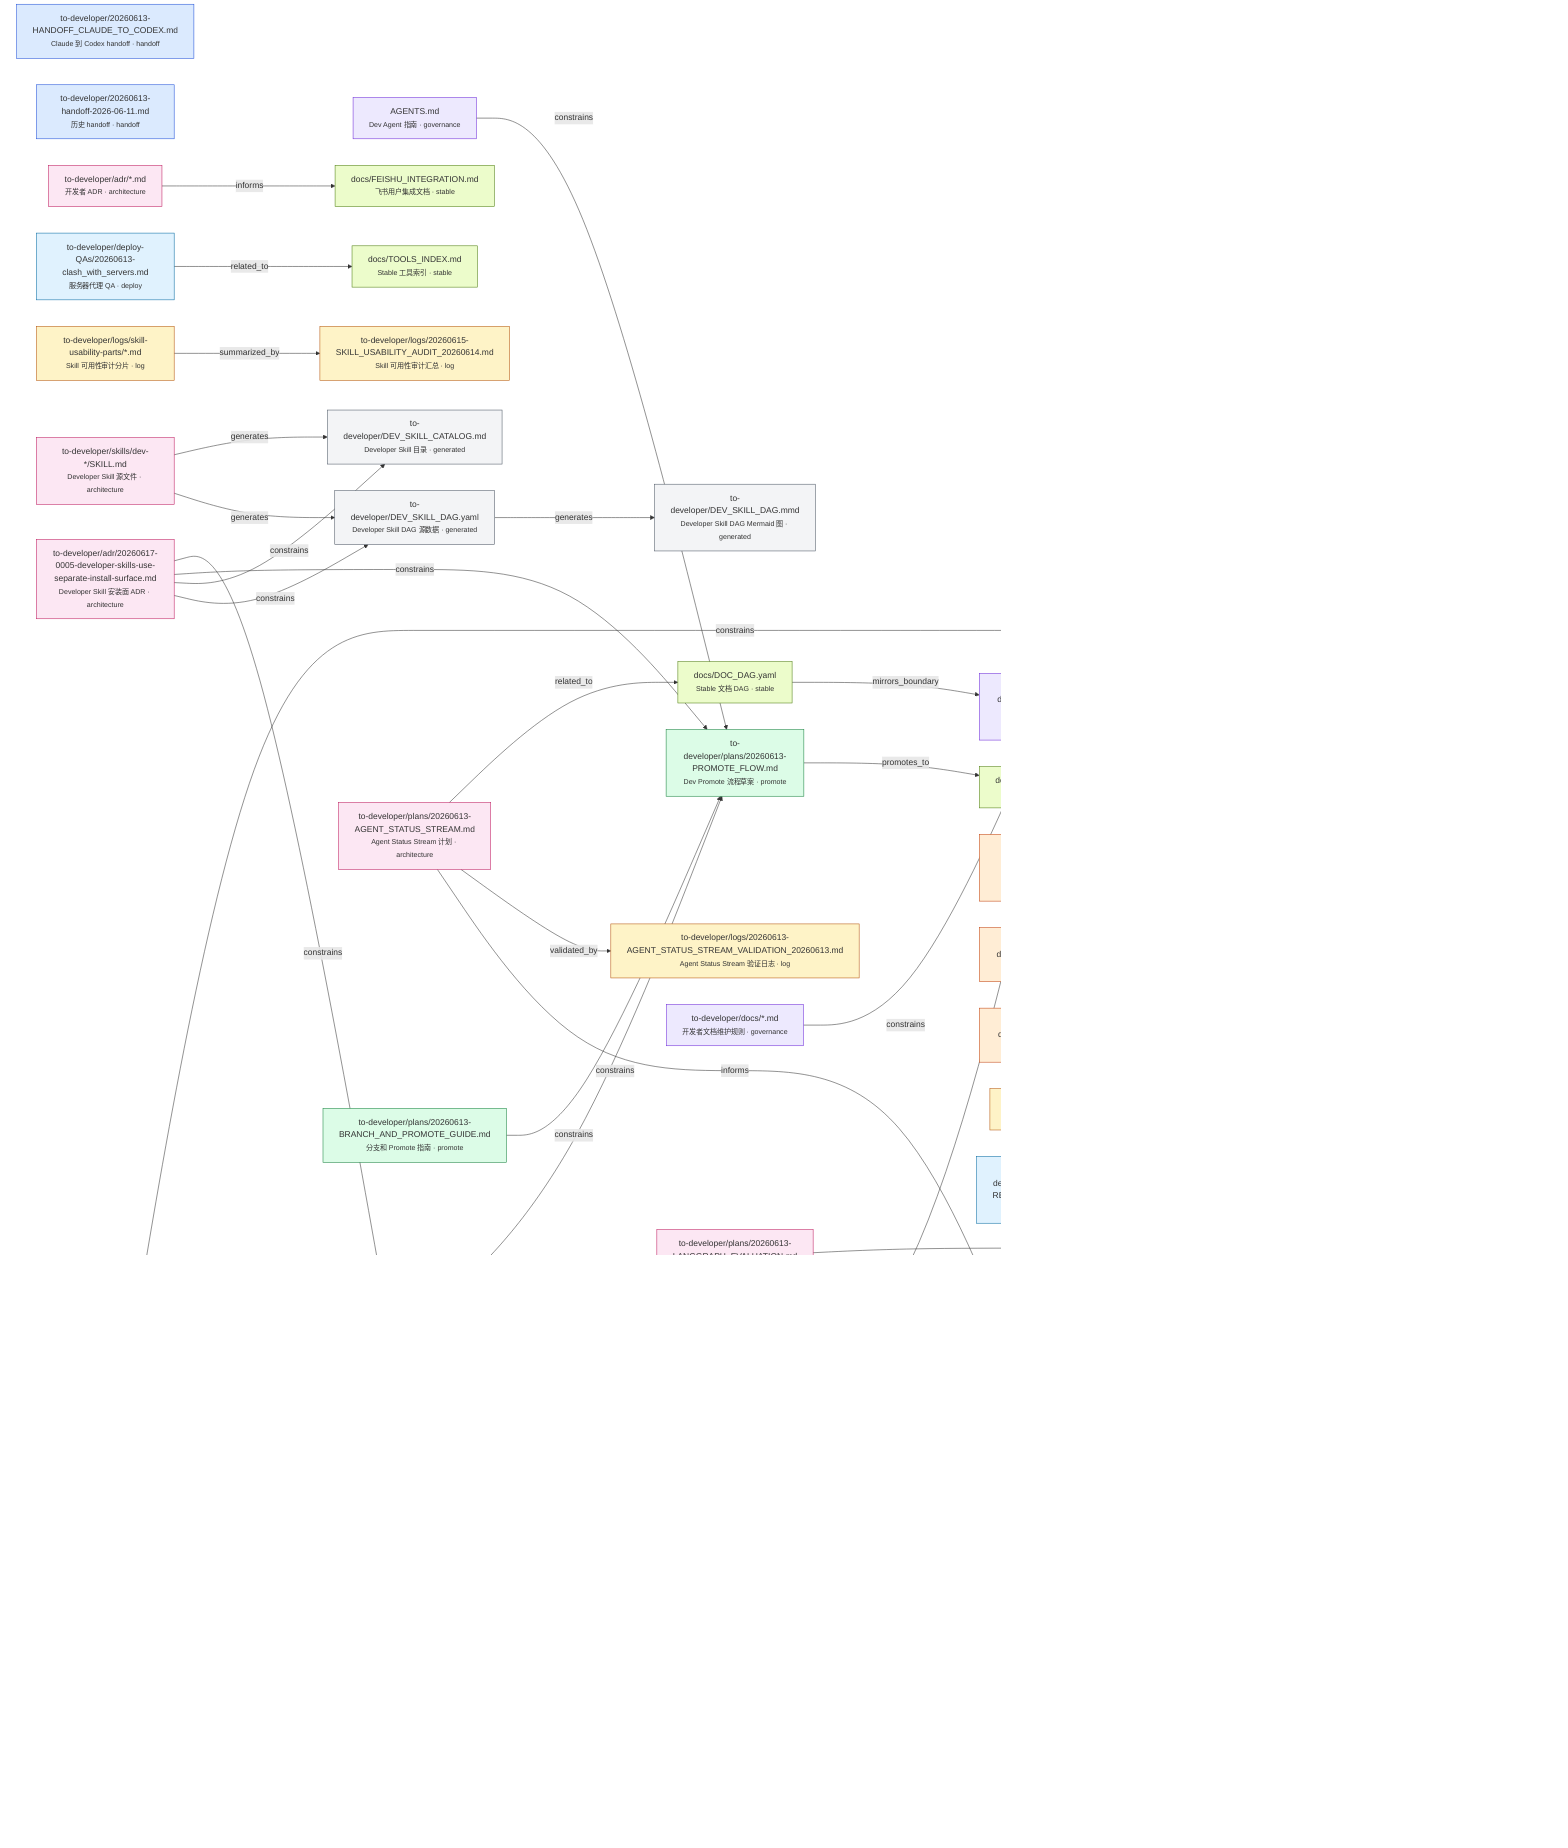
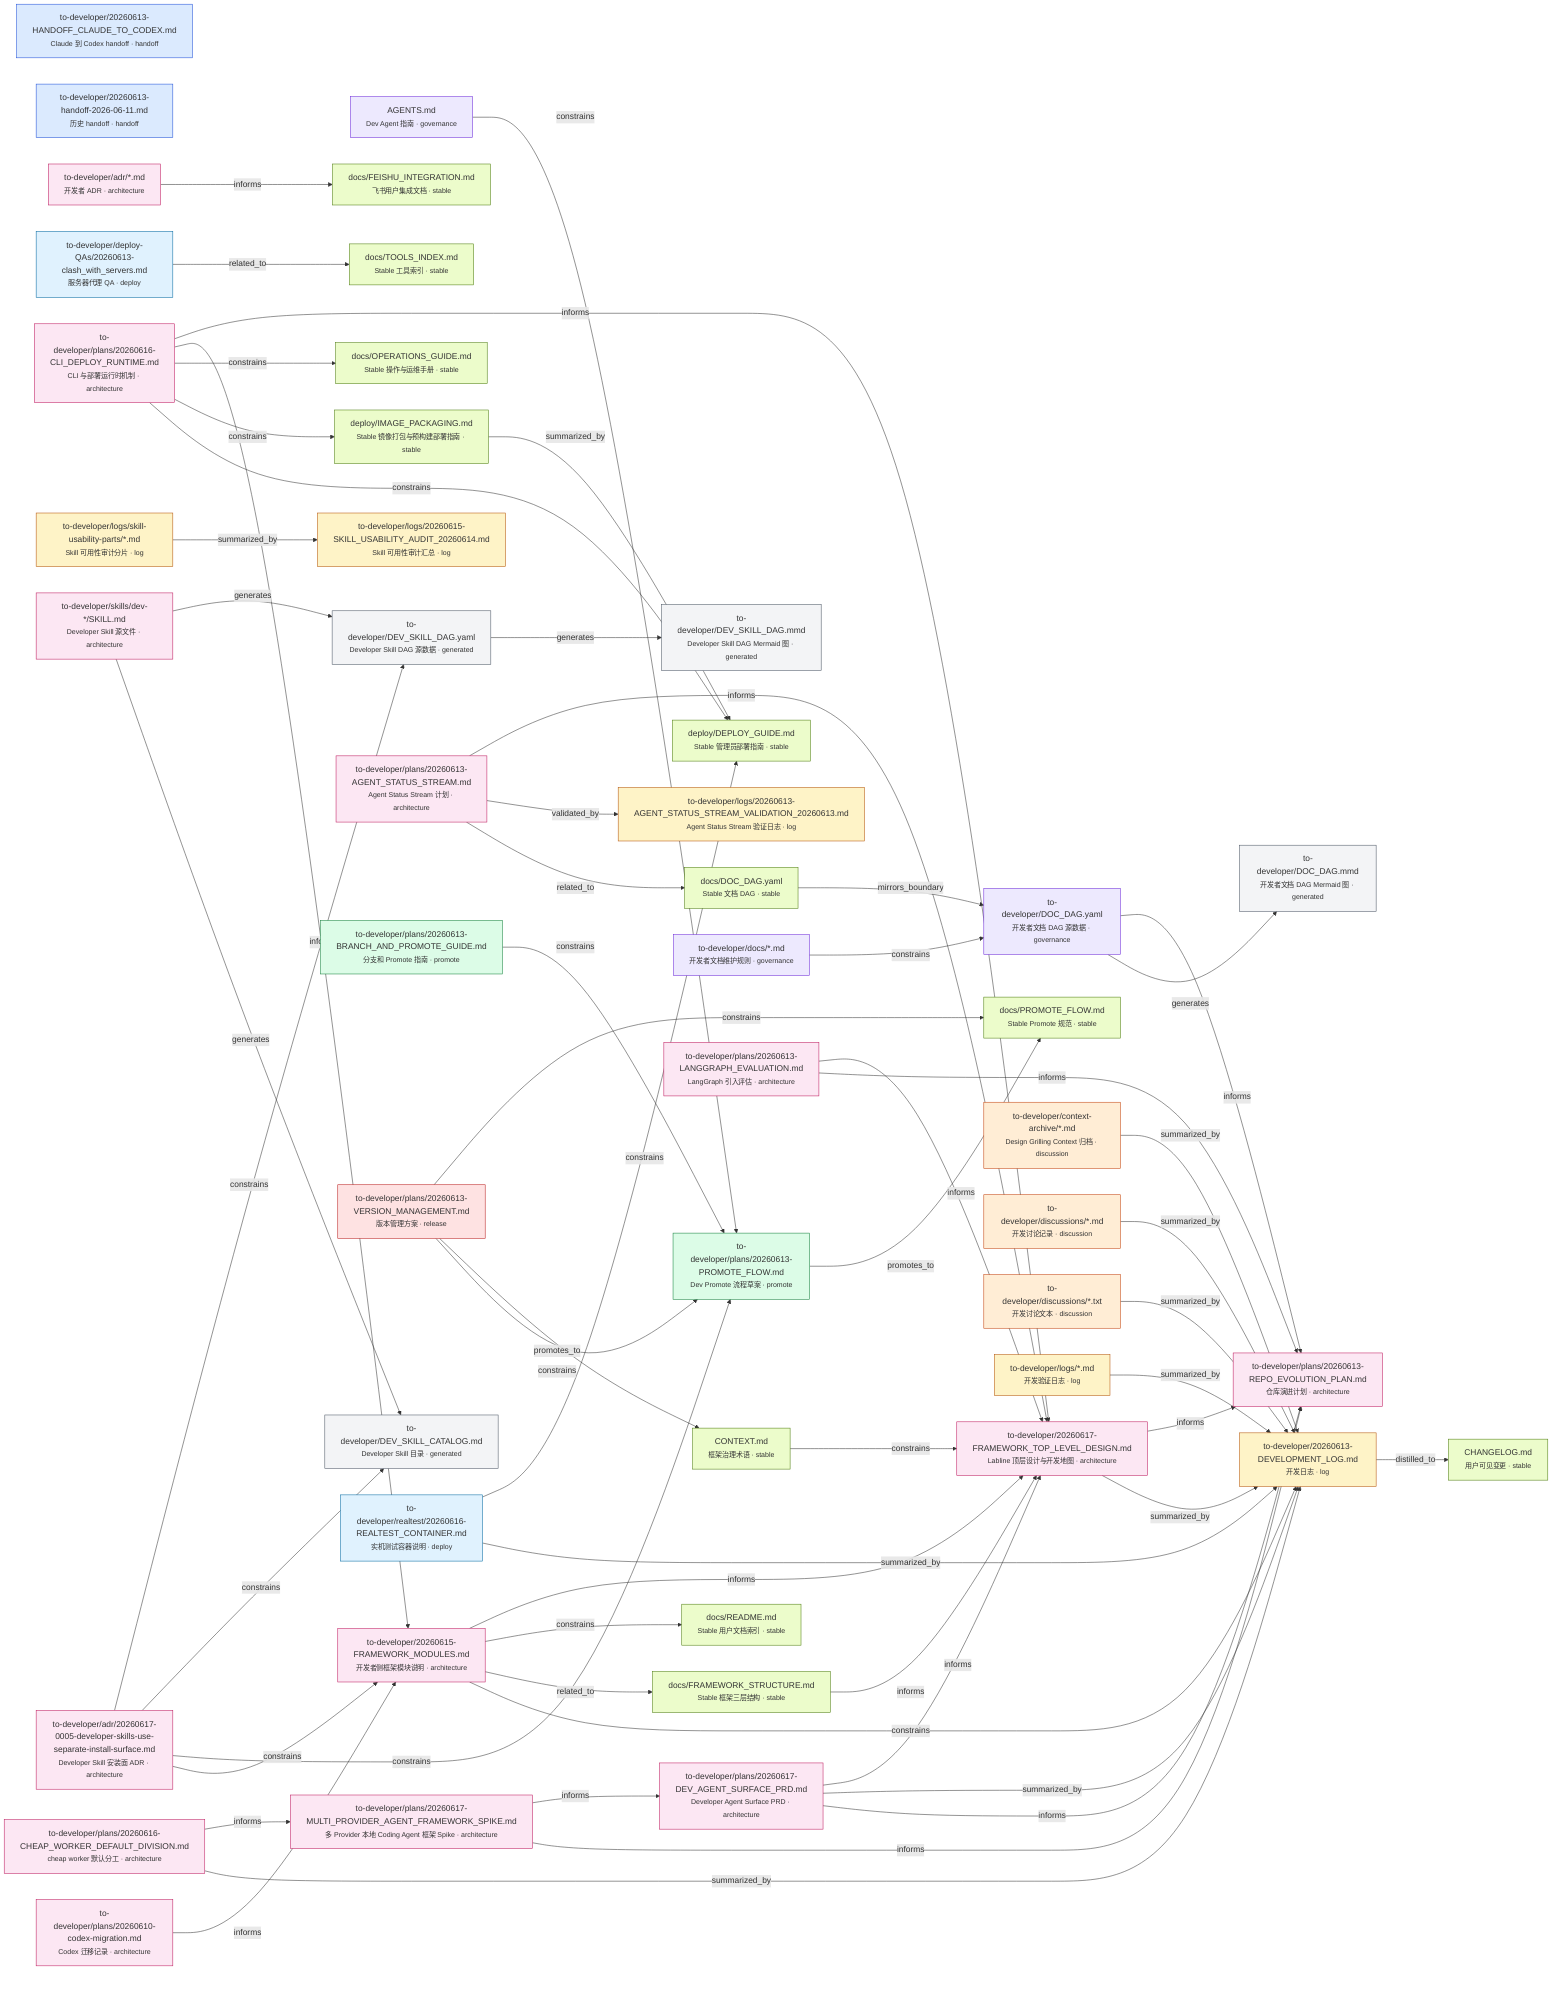
graph LR
    %% Generated from to-developer/DOC_DAG.yaml by tools/update_developer_docs.py
    AGENTS_md["AGENTS.md<br/><small>Dev Agent 指南 · governance</small>"]
    CHANGELOG_md["CHANGELOG.md<br/><small>用户可见变更 · stable</small>"]
    CONTEXT_md["CONTEXT.md<br/><small>框架治理术语 · stable</small>"]
    deploy_DEPLOY_GUIDE_md["deploy/DEPLOY_GUIDE.md<br/><small>Stable 管理员部署指南 · stable</small>"]
+     deploy_IMAGE_PACKAGING_md["deploy/IMAGE_PACKAGING.md<br/><small>Stable 镜像打包与预构建部署指南 · stable</small>"]
    docs_DOC_DAG_yaml["docs/DOC_DAG.yaml<br/><small>Stable 文档 DAG · stable</small>"]
    docs_FEISHU_INTEGRATION_md["docs/FEISHU_INTEGRATION.md<br/><small>飞书用户集成文档 · stable</small>"]
    docs_FRAMEWORK_STRUCTURE_md["docs/FRAMEWORK_STRUCTURE.md<br/><small>Stable 框架三层结构 · stable</small>"]
    docs_OPERATIONS_GUIDE_md["docs/OPERATIONS_GUIDE.md<br/><small>Stable 操作与运维手册 · stable</small>"]
    docs_PROMOTE_FLOW_md["docs/PROMOTE_FLOW.md<br/><small>Stable Promote 规范 · stable</small>"]
    docs_README_md["docs/README.md<br/><small>Stable 用户文档索引 · stable</small>"]
    docs_TOOLS_INDEX_md["docs/TOOLS_INDEX.md<br/><small>Stable 工具索引 · stable</small>"]
    to_developer_20260613_DEVELOPMENT_LOG_md["to-developer/20260613-DEVELOPMENT_LOG.md<br/><small>开发日志 · log</small>"]
    to_developer_20260613_HANDOFF_CLAUDE_TO_CODEX_md["to-developer/20260613-HANDOFF_CLAUDE_TO_CODEX.md<br/><small>Claude 到 Codex handoff · handoff</small>"]
    to_developer_20260613_handoff_2026_06_11_md["to-developer/20260613-handoff-2026-06-11.md<br/><small>历史 handoff · handoff</small>"]
    to_developer_20260615_FRAMEWORK_MODULES_md["to-developer/20260615-FRAMEWORK_MODULES.md<br/><small>开发者侧框架模块说明 · architecture</small>"]
    to_developer_20260617_FRAMEWORK_TOP_LEVEL_DESIGN_md["to-developer/20260617-FRAMEWORK_TOP_LEVEL_DESIGN.md<br/><small>Labline 顶层设计与开发地图 · architecture</small>"]
    to_developer_DEV_SKILL_CATALOG_md["to-developer/DEV_SKILL_CATALOG.md<br/><small>Developer Skill 目录 · generated</small>"]
    to_developer_DEV_SKILL_DAG_mmd["to-developer/DEV_SKILL_DAG.mmd<br/><small>Developer Skill DAG Mermaid 图 · generated</small>"]
    to_developer_DEV_SKILL_DAG_yaml["to-developer/DEV_SKILL_DAG.yaml<br/><small>Developer Skill DAG 源数据 · generated</small>"]
    to_developer_DOC_DAG_mmd["to-developer/DOC_DAG.mmd<br/><small>开发者文档 DAG Mermaid 图 · generated</small>"]
    to_developer_DOC_DAG_yaml["to-developer/DOC_DAG.yaml<br/><small>开发者文档 DAG 源数据 · governance</small>"]
    to_developer_adr___md["to-developer/adr/*.md<br/><small>开发者 ADR · architecture</small>"]
    to_developer_adr_20260617_0005_developer_skills_use_separate_install_surface_md["to-developer/adr/20260617-0005-developer-skills-use-separate-install-surface.md<br/><small>Developer Skill 安装面 ADR · architecture</small>"]
    to_developer_context_archive___md["to-developer/context-archive/*.md<br/><small>Design Grilling Context 归档 · discussion</small>"]
    to_developer_deploy_QAs_20260613_clash_with_servers_md["to-developer/deploy-QAs/20260613-clash_with_servers.md<br/><small>服务器代理 QA · deploy</small>"]
    to_developer_discussions___md["to-developer/discussions/*.md<br/><small>开发讨论记录 · discussion</small>"]
    to_developer_discussions___txt["to-developer/discussions/*.txt<br/><small>开发讨论文本 · discussion</small>"]
    to_developer_docs___md["to-developer/docs/*.md<br/><small>开发者文档维护规则 · governance</small>"]
    to_developer_logs___md["to-developer/logs/*.md<br/><small>开发验证日志 · log</small>"]
    to_developer_logs_20260613_AGENT_STATUS_STREAM_VALIDATION_20260613_md["to-developer/logs/20260613-AGENT_STATUS_STREAM_VALIDATION_20260613.md<br/><small>Agent Status Stream 验证日志 · log</small>"]
    to_developer_logs_20260615_SKILL_USABILITY_AUDIT_20260614_md["to-developer/logs/20260615-SKILL_USABILITY_AUDIT_20260614.md<br/><small>Skill 可用性审计汇总 · log</small>"]
    to_developer_logs_skill_usability_parts___md["to-developer/logs/skill-usability-parts/*.md<br/><small>Skill 可用性审计分片 · log</small>"]
    to_developer_plans_20260610_codex_migration_md["to-developer/plans/20260610-codex-migration.md<br/><small>Codex 迁移记录 · architecture</small>"]
    to_developer_plans_20260613_AGENT_STATUS_STREAM_md["to-developer/plans/20260613-AGENT_STATUS_STREAM.md<br/><small>Agent Status Stream 计划 · architecture</small>"]
    to_developer_plans_20260613_BRANCH_AND_PROMOTE_GUIDE_md["to-developer/plans/20260613-BRANCH_AND_PROMOTE_GUIDE.md<br/><small>分支和 Promote 指南 · promote</small>"]
    to_developer_plans_20260613_LANGGRAPH_EVALUATION_md["to-developer/plans/20260613-LANGGRAPH_EVALUATION.md<br/><small>LangGraph 引入评估 · architecture</small>"]
    to_developer_plans_20260613_PROMOTE_FLOW_md["to-developer/plans/20260613-PROMOTE_FLOW.md<br/><small>Dev Promote 流程草案 · promote</small>"]
    to_developer_plans_20260613_REPO_EVOLUTION_PLAN_md["to-developer/plans/20260613-REPO_EVOLUTION_PLAN.md<br/><small>仓库演进计划 · architecture</small>"]
    to_developer_plans_20260613_VERSION_MANAGEMENT_md["to-developer/plans/20260613-VERSION_MANAGEMENT.md<br/><small>版本管理方案 · release</small>"]
    to_developer_plans_20260616_CHEAP_WORKER_DEFAULT_DIVISION_md["to-developer/plans/20260616-CHEAP_WORKER_DEFAULT_DIVISION.md<br/><small>cheap worker 默认分工 · architecture</small>"]
    to_developer_plans_20260616_CLI_DEPLOY_RUNTIME_md["to-developer/plans/20260616-CLI_DEPLOY_RUNTIME.md<br/><small>CLI 与部署运行时机制 · architecture</small>"]
    to_developer_plans_20260617_DEV_AGENT_SURFACE_PRD_md["to-developer/plans/20260617-DEV_AGENT_SURFACE_PRD.md<br/><small>Developer Agent Surface PRD · architecture</small>"]
    to_developer_plans_20260617_MULTI_PROVIDER_AGENT_FRAMEWORK_SPIKE_md["to-developer/plans/20260617-MULTI_PROVIDER_AGENT_FRAMEWORK_SPIKE.md<br/><small>多 Provider 本地 Coding Agent 框架 Spike · architecture</small>"]
    to_developer_realtest_20260616_REALTEST_CONTAINER_md["to-developer/realtest/20260616-REALTEST_CONTAINER.md<br/><small>实机测试容器说明 · deploy</small>"]
    to_developer_skills_dev___SKILL_md["to-developer/skills/dev-*/SKILL.md<br/><small>Developer Skill 源文件 · architecture</small>"]

    to_developer_DOC_DAG_yaml -- "generates" --> to_developer_DOC_DAG_mmd
    to_developer_DOC_DAG_yaml -- "informs" --> to_developer_plans_20260613_REPO_EVOLUTION_PLAN_md
    to_developer_20260615_FRAMEWORK_MODULES_md -- "constrains" --> to_developer_20260613_DEVELOPMENT_LOG_md
    to_developer_20260615_FRAMEWORK_MODULES_md -- "related_to" --> docs_FRAMEWORK_STRUCTURE_md
    to_developer_20260615_FRAMEWORK_MODULES_md -- "constrains" --> docs_README_md
    CONTEXT_md -- "constrains" --> to_developer_20260617_FRAMEWORK_TOP_LEVEL_DESIGN_md
    to_developer_20260615_FRAMEWORK_MODULES_md -- "informs" --> to_developer_20260617_FRAMEWORK_TOP_LEVEL_DESIGN_md
    docs_FRAMEWORK_STRUCTURE_md -- "informs" --> to_developer_20260617_FRAMEWORK_TOP_LEVEL_DESIGN_md
    to_developer_20260617_FRAMEWORK_TOP_LEVEL_DESIGN_md -- "summarized_by" --> to_developer_20260613_DEVELOPMENT_LOG_md
    to_developer_20260617_FRAMEWORK_TOP_LEVEL_DESIGN_md -- "informs" --> to_developer_plans_20260613_REPO_EVOLUTION_PLAN_md
    to_developer_docs___md -- "constrains" --> to_developer_DOC_DAG_yaml
    to_developer_plans_20260613_BRANCH_AND_PROMOTE_GUIDE_md -- "constrains" --> to_developer_plans_20260613_PROMOTE_FLOW_md
    to_developer_plans_20260613_VERSION_MANAGEMENT_md -- "constrains" --> to_developer_plans_20260613_PROMOTE_FLOW_md
    to_developer_plans_20260613_PROMOTE_FLOW_md -- "promotes_to" --> docs_PROMOTE_FLOW_md
    to_developer_plans_20260613_VERSION_MANAGEMENT_md -- "promotes_to" --> CONTEXT_md
    to_developer_plans_20260613_VERSION_MANAGEMENT_md -- "constrains" --> docs_PROMOTE_FLOW_md
    to_developer_plans_20260613_AGENT_STATUS_STREAM_md -- "related_to" --> docs_DOC_DAG_yaml
    to_developer_plans_20260613_AGENT_STATUS_STREAM_md -- "validated_by" --> to_developer_logs_20260613_AGENT_STATUS_STREAM_VALIDATION_20260613_md
    to_developer_plans_20260613_AGENT_STATUS_STREAM_md -- "informs" --> to_developer_20260617_FRAMEWORK_TOP_LEVEL_DESIGN_md
    to_developer_plans_20260613_LANGGRAPH_EVALUATION_md -- "informs" --> to_developer_plans_20260613_REPO_EVOLUTION_PLAN_md
    to_developer_plans_20260613_LANGGRAPH_EVALUATION_md -- "informs" --> to_developer_20260617_FRAMEWORK_TOP_LEVEL_DESIGN_md
    to_developer_plans_20260610_codex_migration_md -- "informs" --> to_developer_20260615_FRAMEWORK_MODULES_md
    to_developer_plans_20260616_CLI_DEPLOY_RUNTIME_md -- "constrains" --> deploy_DEPLOY_GUIDE_md
+     to_developer_plans_20260616_CLI_DEPLOY_RUNTIME_md -- "constrains" --> deploy_IMAGE_PACKAGING_md
+     deploy_IMAGE_PACKAGING_md -- "summarized_by" --> deploy_DEPLOY_GUIDE_md
    to_developer_plans_20260616_CLI_DEPLOY_RUNTIME_md -- "constrains" --> docs_OPERATIONS_GUIDE_md
    to_developer_plans_20260616_CLI_DEPLOY_RUNTIME_md -- "informs" --> to_developer_20260615_FRAMEWORK_MODULES_md
    to_developer_plans_20260616_CLI_DEPLOY_RUNTIME_md -- "informs" --> to_developer_20260617_FRAMEWORK_TOP_LEVEL_DESIGN_md
    to_developer_plans_20260616_CHEAP_WORKER_DEFAULT_DIVISION_md -- "summarized_by" --> to_developer_20260613_DEVELOPMENT_LOG_md
    to_developer_plans_20260616_CHEAP_WORKER_DEFAULT_DIVISION_md -- "informs" --> to_developer_plans_20260617_MULTI_PROVIDER_AGENT_FRAMEWORK_SPIKE_md
    to_developer_plans_20260617_MULTI_PROVIDER_AGENT_FRAMEWORK_SPIKE_md -- "informs" --> to_developer_plans_20260613_REPO_EVOLUTION_PLAN_md
    to_developer_plans_20260617_MULTI_PROVIDER_AGENT_FRAMEWORK_SPIKE_md -- "informs" --> to_developer_plans_20260617_DEV_AGENT_SURFACE_PRD_md
    to_developer_plans_20260617_DEV_AGENT_SURFACE_PRD_md -- "informs" --> to_developer_plans_20260613_REPO_EVOLUTION_PLAN_md
    to_developer_plans_20260617_DEV_AGENT_SURFACE_PRD_md -- "summarized_by" --> to_developer_20260613_DEVELOPMENT_LOG_md
    to_developer_plans_20260617_DEV_AGENT_SURFACE_PRD_md -- "informs" --> to_developer_20260617_FRAMEWORK_TOP_LEVEL_DESIGN_md
    to_developer_adr___md -- "informs" --> docs_FEISHU_INTEGRATION_md
    to_developer_adr_20260617_0005_developer_skills_use_separate_install_surface_md -- "constrains" --> to_developer_20260615_FRAMEWORK_MODULES_md
    to_developer_adr_20260617_0005_developer_skills_use_separate_install_surface_md -- "constrains" --> to_developer_plans_20260613_PROMOTE_FLOW_md
    to_developer_adr_20260617_0005_developer_skills_use_separate_install_surface_md -- "constrains" --> to_developer_DEV_SKILL_CATALOG_md
    to_developer_skills_dev___SKILL_md -- "generates" --> to_developer_DEV_SKILL_CATALOG_md
    to_developer_skills_dev___SKILL_md -- "generates" --> to_developer_DEV_SKILL_DAG_yaml
    to_developer_adr_20260617_0005_developer_skills_use_separate_install_surface_md -- "constrains" --> to_developer_DEV_SKILL_DAG_yaml
    to_developer_DEV_SKILL_DAG_yaml -- "generates" --> to_developer_DEV_SKILL_DAG_mmd
    to_developer_logs___md -- "summarized_by" --> to_developer_20260613_DEVELOPMENT_LOG_md
    to_developer_logs_skill_usability_parts___md -- "summarized_by" --> to_developer_logs_20260615_SKILL_USABILITY_AUDIT_20260614_md
    to_developer_20260613_DEVELOPMENT_LOG_md -- "distilled_to" --> CHANGELOG_md
    to_developer_discussions___md -- "summarized_by" --> to_developer_20260613_DEVELOPMENT_LOG_md
    to_developer_discussions___txt -- "summarized_by" --> to_developer_20260613_DEVELOPMENT_LOG_md
    to_developer_context_archive___md -- "summarized_by" --> to_developer_20260613_DEVELOPMENT_LOG_md
    to_developer_deploy_QAs_20260613_clash_with_servers_md -- "related_to" --> docs_TOOLS_INDEX_md
    to_developer_realtest_20260616_REALTEST_CONTAINER_md -- "summarized_by" --> to_developer_20260613_DEVELOPMENT_LOG_md
    to_developer_realtest_20260616_REALTEST_CONTAINER_md -- "constrains" --> deploy_DEPLOY_GUIDE_md
    AGENTS_md -- "constrains" --> to_developer_plans_20260613_PROMOTE_FLOW_md
    docs_DOC_DAG_yaml -- "mirrors_boundary" --> to_developer_DOC_DAG_yaml

    classDef governance fill:#ede9fe,stroke:#6d28d9
    classDef generated fill:#f3f4f6,stroke:#4b5563
    classDef log fill:#fef3c7,stroke:#b45309
    classDef handoff fill:#dbeafe,stroke:#1d4ed8
    classDef promote fill:#dcfce7,stroke:#15803d
    classDef release fill:#fee2e2,stroke:#b91c1c
    classDef architecture fill:#fce7f3,stroke:#be185d
    classDef deploy fill:#e0f2fe,stroke:#0369a1
    classDef discussion fill:#ffedd5,stroke:#c2410c
    classDef stable fill:#ecfccb,stroke:#4d7c0f
    class to_developer_20260615_FRAMEWORK_MODULES_md,to_developer_20260617_FRAMEWORK_TOP_LEVEL_DESIGN_md,to_developer_adr_20260617_0005_developer_skills_use_separate_install_surface_md,to_developer_adr___md,to_developer_plans_20260610_codex_migration_md,to_developer_plans_20260613_AGENT_STATUS_STREAM_md,to_developer_plans_20260613_LANGGRAPH_EVALUATION_md,to_developer_plans_20260613_REPO_EVOLUTION_PLAN_md,to_developer_plans_20260616_CHEAP_WORKER_DEFAULT_DIVISION_md,to_developer_plans_20260616_CLI_DEPLOY_RUNTIME_md,to_developer_plans_20260617_DEV_AGENT_SURFACE_PRD_md,to_developer_plans_20260617_MULTI_PROVIDER_AGENT_FRAMEWORK_SPIKE_md,to_developer_skills_dev___SKILL_md architecture
    class to_developer_deploy_QAs_20260613_clash_with_servers_md,to_developer_realtest_20260616_REALTEST_CONTAINER_md deploy
    class to_developer_context_archive___md,to_developer_discussions___md,to_developer_discussions___txt discussion
    class to_developer_DEV_SKILL_CATALOG_md,to_developer_DEV_SKILL_DAG_mmd,to_developer_DEV_SKILL_DAG_yaml,to_developer_DOC_DAG_mmd generated
    class AGENTS_md,to_developer_DOC_DAG_yaml,to_developer_docs___md governance
    class to_developer_20260613_HANDOFF_CLAUDE_TO_CODEX_md,to_developer_20260613_handoff_2026_06_11_md handoff
    class to_developer_20260613_DEVELOPMENT_LOG_md,to_developer_logs_20260613_AGENT_STATUS_STREAM_VALIDATION_20260613_md,to_developer_logs_20260615_SKILL_USABILITY_AUDIT_20260614_md,to_developer_logs___md,to_developer_logs_skill_usability_parts___md log
    class to_developer_plans_20260613_BRANCH_AND_PROMOTE_GUIDE_md,to_developer_plans_20260613_PROMOTE_FLOW_md promote
    class to_developer_plans_20260613_VERSION_MANAGEMENT_md release
-     class CHANGELOG_md,CONTEXT_md,deploy_DEPLOY_GUIDE_md,docs_DOC_DAG_yaml,docs_FEISHU_INTEGRATION_md,docs_FRAMEWORK_STRUCTURE_md,docs_OPERATIONS_GUIDE_md,docs_PROMOTE_FLOW_md,docs_README_md,docs_TOOLS_INDEX_md stable
+     class CHANGELOG_md,CONTEXT_md,deploy_DEPLOY_GUIDE_md,deploy_IMAGE_PACKAGING_md,docs_DOC_DAG_yaml,docs_FEISHU_INTEGRATION_md,docs_FRAMEWORK_STRUCTURE_md,docs_OPERATIONS_GUIDE_md,docs_PROMOTE_FLOW_md,docs_README_md,docs_TOOLS_INDEX_md stable
